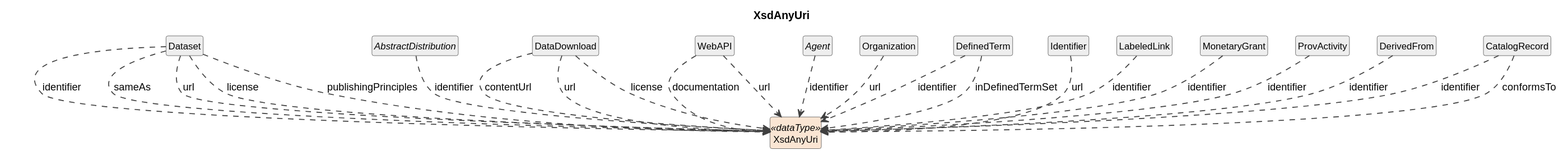
This is build/plantuml/cdifCore/DataTypes/XsdAnyUri.svg from Cross-Domain-Interoperability-Framework/metadataBuildingBlocks, a PlantUML export, as it was before one commit.
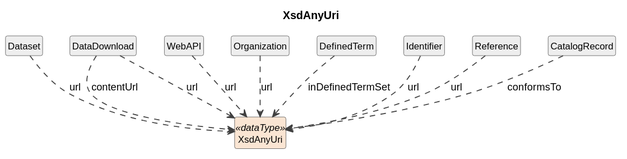
The same file after the commit.

Diff of the diagram source:
```diff
@@ -12,38 +12,20 @@
 
 class "XsdAnyUri" as XsdAnyUri <<dataType>> #FAE5D3
 class "Dataset" as Dataset #EEEEEE
-Dataset ..> XsdAnyUri : identifier
-Dataset ..> XsdAnyUri : sameAs
 Dataset ..> XsdAnyUri : url
-Dataset ..> XsdAnyUri : license
-Dataset ..> XsdAnyUri : publishingPrinciples
-abstract class "AbstractDistribution" as AbstractDistribution #EEEEEE
-AbstractDistribution ..> XsdAnyUri : identifier
 class "DataDownload" as DataDownload #EEEEEE
 DataDownload ..> XsdAnyUri : contentUrl
 DataDownload ..> XsdAnyUri : url
-DataDownload ..> XsdAnyUri : license
 class "WebAPI" as WebAPI #EEEEEE
-WebAPI ..> XsdAnyUri : documentation
 WebAPI ..> XsdAnyUri : url
-abstract class "Agent" as Agent #EEEEEE
-Agent ..> XsdAnyUri : identifier
 class "Organization" as Organization #EEEEEE
 Organization ..> XsdAnyUri : url
 class "DefinedTerm" as DefinedTerm #EEEEEE
-DefinedTerm ..> XsdAnyUri : identifier
 DefinedTerm ..> XsdAnyUri : inDefinedTermSet
 class "Identifier" as Identifier #EEEEEE
 Identifier ..> XsdAnyUri : url
-class "LabeledLink" as LabeledLink #EEEEEE
-LabeledLink ..> XsdAnyUri : identifier
-class "MonetaryGrant" as MonetaryGrant #EEEEEE
-MonetaryGrant ..> XsdAnyUri : identifier
-class "ProvActivity" as ProvActivity #EEEEEE
-ProvActivity ..> XsdAnyUri : identifier
-class "DerivedFrom" as DerivedFrom #EEEEEE
-DerivedFrom ..> XsdAnyUri : identifier
+class "Reference" as Reference #EEEEEE
+Reference ..> XsdAnyUri : url
 class "CatalogRecord" as CatalogRecord #EEEEEE
-CatalogRecord ..> XsdAnyUri : identifier
 CatalogRecord ..> XsdAnyUri : conformsTo
 @enduml
```
